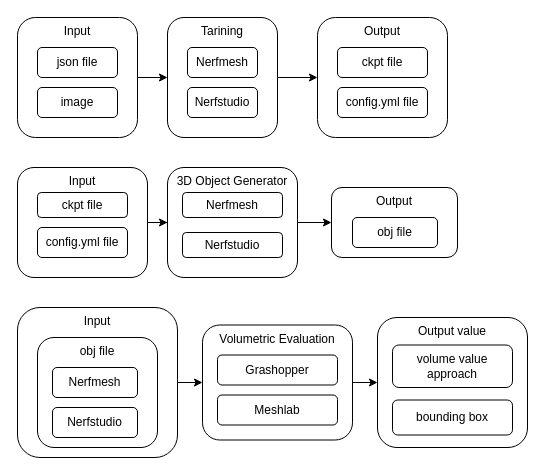
The draw.io diagram Diagram Tanpa Judul.drawio in nabilbachroin/draw.io_nabil, before the edit. Source tidied: cells renumbered, new cells numbered last; positions are measured from the earlier drawing's top-left corner, leaving out a move shared by most shapes. Both pictures are drawn from the tidied source at 100%, with x=0, y=0 at pixel (17, 17).
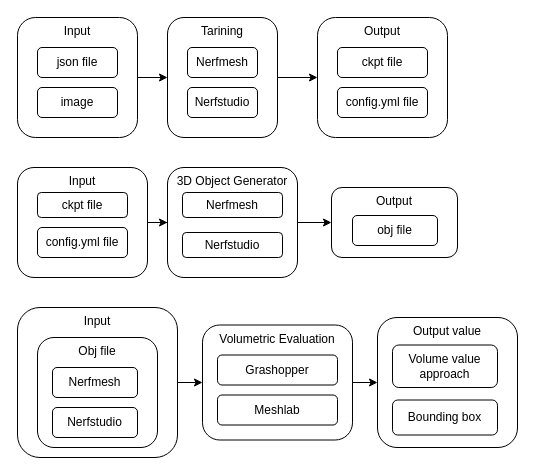
After the change.

The edit, as a diff of the source:
```diff
@@
     <mxCell id="20" value="obj file" style="rounded=1;whiteSpace=wrap;html=1;" parent="1" vertex="1">
-      <mxGeometry x="335" y="200" width="85" height="30" as="geometry" />
+      <mxGeometry x="335" y="198" width="85" height="30" as="geometry" />
     </mxCell>
@@
-    <mxCell id="24" value="obj file" style="rounded=1;whiteSpace=wrap;html=1;verticalAlign=top;" parent="1" vertex="1">
+    <mxCell id="24" value="Obj file" style="rounded=1;whiteSpace=wrap;html=1;verticalAlign=top;" parent="1" vertex="1">
       <mxGeometry x="20" y="320" width="120" height="110" as="geometry" />
     </mxCell>
@@
     <mxCell id="31" value="Output value" style="rounded=1;whiteSpace=wrap;html=1;verticalAlign=top;" parent="1" vertex="1">
-      <mxGeometry x="360" y="300" width="150" height="130" as="geometry" />
+      <mxGeometry x="360" y="300" width="140" height="130" as="geometry" />
     </mxCell>
-    <mxCell id="32" value="volume value approach" style="rounded=1;whiteSpace=wrap;html=1;" parent="1" vertex="1">
-      <mxGeometry x="375" y="327.5" width="120" height="42.5" as="geometry" />
+    <mxCell id="32" value="Volume value approach" style="rounded=1;whiteSpace=wrap;html=1;" parent="1" vertex="1">
+      <mxGeometry x="375" y="327.5" width="105" height="42.5" as="geometry" />
     </mxCell>
-    <mxCell id="33" value="bounding box" style="rounded=1;whiteSpace=wrap;html=1;" parent="1" vertex="1">
-      <mxGeometry x="375" y="382.5" width="120" height="35" as="geometry" />
+    <mxCell id="33" value="Bounding box" style="rounded=1;whiteSpace=wrap;html=1;" parent="1" vertex="1">
+      <mxGeometry x="375" y="382.5" width="105" height="35" as="geometry" />
     </mxCell>
```
